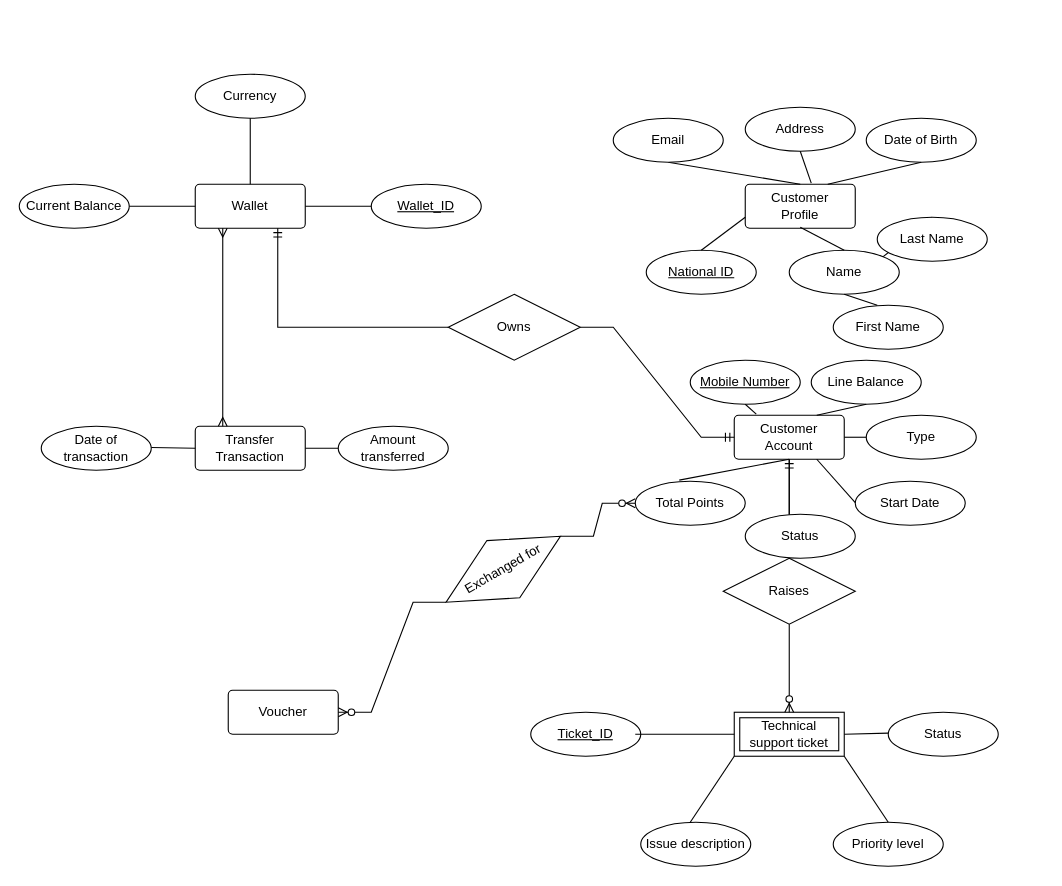
The draw.io diagram Untitled Diagram.drawio in itsfadymate/Customer-Data-Management-System, before the edit. Source tidied: cells renumbered, new cells numbered last; positions are measured from the earlier drawing's top-left corner, leaving out a move shared by most shapes. Both pictures are drawn from the tidied source at 110%, with x=0, y=0 at pixel (19, 74).
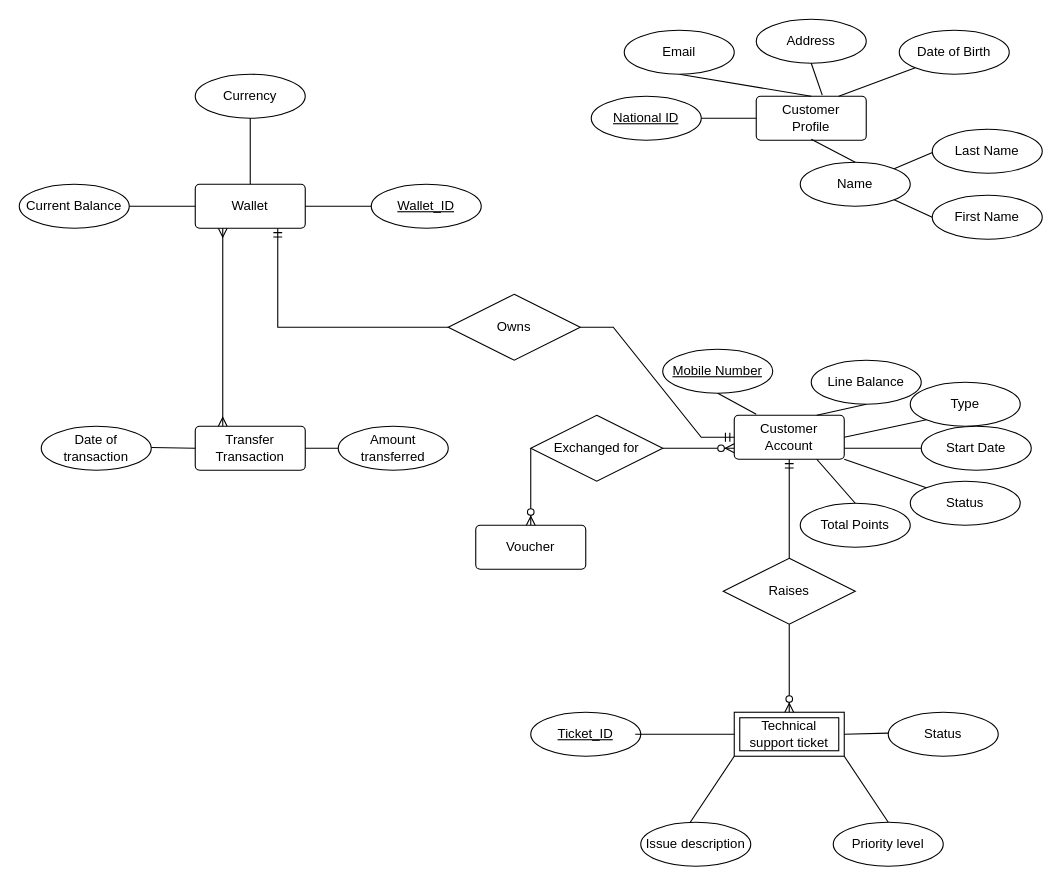
Above is the later version.

The change refers to these unchanged cells:
```xml
<mxCell id="10" value="Customer Account" style="rounded=1;arcSize=10;whiteSpace=wrap;html=1;align=center;" parent="1" vertex="1">
  <mxGeometry x="650" y="310" width="100" height="40" as="geometry" />
</mxCell>
```

What changed in the source:
```diff
@@
     <mxCell id="9" value="Customer&lt;div&gt;Prof&lt;span style=&quot;background-color: initial;&quot;&gt;ile&lt;/span&gt;&lt;/div&gt;" style="rounded=1;arcSize=10;whiteSpace=wrap;html=1;align=center;" parent="1" vertex="1">
-      <mxGeometry x="660" y="100" width="100" height="40" as="geometry" />
+      <mxGeometry x="670" y="20" width="100" height="40" as="geometry" />
     </mxCell>
@@
-    <mxCell id="11" value="National ID" style="ellipse;whiteSpace=wrap;html=1;align=center;" parent="1" vertex="1">
-      <mxGeometry x="570" y="160" width="100" height="40" as="geometry" />
+    <mxCell id="11" value="&lt;u&gt;National ID&lt;/u&gt;" style="ellipse;whiteSpace=wrap;html=1;align=center;" parent="1" vertex="1">
+      <mxGeometry x="520" y="20" width="100" height="40" as="geometry" />
     </mxCell>
@@
     <mxCell id="13" value="Name" style="ellipse;whiteSpace=wrap;html=1;align=center;" parent="1" vertex="1">
-      <mxGeometry x="700" y="160" width="100" height="40" as="geometry" />
+      <mxGeometry x="710" y="80" width="100" height="40" as="geometry" />
     </mxCell>
@@
-    <mxCell id="15" style="line;strokeWidth=1;dashed=0;labelPosition=right;align=left;verticalAlign=middle;spacingTop=0;spacingLeft=6;" parent="1" vertex="1">
-      <mxGeometry x="590" y="180" width="60" height="10" as="geometry" />
-    </mxCell>
@@
-    <mxCell id="19" style="endArrow=none;html=1;rounded=0;exitX=0;exitY=0.75;exitDx=0;exitDy=0;" parent="1" edge="1" source="9">
-      <mxGeometry relative="1" as="geometry">
-        <mxPoint x="620" y="160" as="targetPoint" />
-      </mxGeometry>
+    <mxCell id="19" style="endArrow=none;html=1;rounded=0;exitX=0;exitY=0.5;exitDx=0;exitDy=0;entryX=1;entryY=0.5;entryDx=0;entryDy=0;" parent="1" edge="1" source="9" target="11">
+      <mxGeometry relative="1" as="geometry" />
     </mxCell>
@@
     <mxCell id="21" value="Email" style="ellipse;whiteSpace=wrap;html=1;align=center;" parent="1" vertex="1">
-      <mxGeometry x="540" y="40" width="100" height="40" as="geometry" />
+      <mxGeometry x="550" y="-40" width="100" height="40" as="geometry" />
     </mxCell>
@@
     <mxCell id="25" style="endArrow=none;html=1;rounded=0;entryX=0.5;entryY=0;entryDx=0;entryDy=0;" parent="1" edge="1" target="13">
       <mxGeometry relative="1" as="geometry">
-        <mxPoint x="710" y="139" as="sourcePoint" />
+        <mxPoint x="720" y="59" as="sourcePoint" />
       </mxGeometry>
     </mxCell>
@@
     <mxCell id="27" value="Last Name" style="ellipse;whiteSpace=wrap;html=1;align=center;" parent="1" vertex="1">
-      <mxGeometry x="780" y="130" width="100" height="40" as="geometry" />
+      <mxGeometry x="830" y="50" width="100" height="40" as="geometry" />
     </mxCell>
@@
     <mxCell id="29" value="Address" style="ellipse;whiteSpace=wrap;html=1;align=center;" parent="1" vertex="1">
-      <mxGeometry x="660" y="30" width="100" height="40" as="geometry" />
+      <mxGeometry x="670" y="-50" width="100" height="40" as="geometry" />
     </mxCell>
@@
     <mxCell id="31" value="Date of Birth" style="ellipse;whiteSpace=wrap;html=1;align=center;" parent="1" vertex="1">
-      <mxGeometry x="770" y="40" width="100" height="40" as="geometry" />
+      <mxGeometry x="800" y="-40" width="100" height="40" as="geometry" />
     </mxCell>
@@
     <mxCell id="33" style="endArrow=none;html=1;rounded=0;fontFamily=Helvetica;fontSize=12;fontColor=default;fontStyle=4;exitX=0.5;exitY=1;exitDx=0;exitDy=0;" parent="1" edge="1" source="29">
       <mxGeometry relative="1" as="geometry">
-        <mxPoint x="720" y="99" as="targetPoint" />
+        <mxPoint x="730" y="19" as="targetPoint" />
       </mxGeometry>
     </mxCell>
@@
-    <mxCell id="35" style="endArrow=none;html=1;rounded=0;fontFamily=Helvetica;fontSize=12;fontColor=default;fontStyle=4;entryX=0.5;entryY=1;entryDx=0;entryDy=0;exitX=0.75;exitY=0;exitDx=0;exitDy=0;" parent="1" edge="1" source="9" target="31">
+    <mxCell id="35" style="endArrow=none;html=1;rounded=0;fontFamily=Helvetica;fontSize=12;fontColor=default;fontStyle=4;entryX=0;entryY=1;entryDx=0;entryDy=0;exitX=0.75;exitY=0;exitDx=0;exitDy=0;" parent="1" edge="1" source="9" target="31">
       <mxGeometry relative="1" as="geometry" />
     </mxCell>
@@
     <mxCell id="37" value="First Name" style="ellipse;whiteSpace=wrap;html=1;align=center;" parent="1" vertex="1">
-      <mxGeometry x="740" y="210" width="100" height="40" as="geometry" />
+      <mxGeometry x="830" y="110" width="100" height="40" as="geometry" />
     </mxCell>
@@
-    <mxCell id="39" style="endArrow=none;html=1;rounded=0;fontFamily=Helvetica;fontSize=12;fontColor=default;fontStyle=4;exitX=0.5;exitY=1;exitDx=0;exitDy=0;" parent="1" edge="1" source="13">
-      <mxGeometry relative="1" as="geometry">
-        <mxPoint x="780" y="210" as="targetPoint" />
-      </mxGeometry>
+    <mxCell id="39" style="endArrow=none;html=1;rounded=0;fontFamily=Helvetica;fontSize=12;fontColor=default;fontStyle=4;entryX=0;entryY=0.5;entryDx=0;entryDy=0;exitX=1;exitY=1;exitDx=0;exitDy=0;" parent="1" edge="1" source="13" target="37">
+      <mxGeometry relative="1" as="geometry" />
     </mxCell>
     <mxCell id="40" value="Total Points" style="ellipse;whiteSpace=wrap;html=1;align=center;" parent="1" vertex="1">
-      <mxGeometry x="560" y="370" width="100" height="40" as="geometry" />
+      <mxGeometry x="710" y="390" width="100" height="40" as="geometry" />
     </mxCell>
@@
     <mxCell id="42" value="Type" style="ellipse;whiteSpace=wrap;html=1;align=center;" parent="1" vertex="1">
-      <mxGeometry x="770" y="310" width="100" height="40" as="geometry" />
+      <mxGeometry x="810" y="280" width="100" height="40" as="geometry" />
     </mxCell>
@@
     <mxCell id="46" value="Start Date" style="ellipse;whiteSpace=wrap;html=1;align=center;" parent="1" vertex="1">
-      <mxGeometry x="760" y="370" width="100" height="40" as="geometry" />
+      <mxGeometry x="820" y="320" width="100" height="40" as="geometry" />
     </mxCell>
@@
     <mxCell id="48" value="Status" style="ellipse;whiteSpace=wrap;html=1;align=center;" parent="1" vertex="1">
-      <mxGeometry x="660" y="400" width="100" height="40" as="geometry" />
+      <mxGeometry x="810" y="370" width="100" height="40" as="geometry" />
     </mxCell>
@@
     <mxCell id="50" value="Mobile Number" style="ellipse;whiteSpace=wrap;html=1;align=center;fontStyle=4;strokeColor=default;verticalAlign=middle;fontFamily=Helvetica;fontSize=12;fontColor=default;fillColor=default;" parent="1" vertex="1">
-      <mxGeometry x="610" y="260" width="100" height="40" as="geometry" />
+      <mxGeometry x="585" y="250" width="100" height="40" as="geometry" />
     </mxCell>
@@
-    <mxCell id="56" style="endArrow=none;html=1;rounded=0;fontFamily=Helvetica;fontSize=12;fontColor=default;fontStyle=4;exitX=1;exitY=0.5;exitDx=0;exitDy=0;" parent="1" edge="1" source="10">
-      <mxGeometry relative="1" as="geometry">
-        <mxPoint x="770" y="330" as="targetPoint" />
-      </mxGeometry>
+    <mxCell id="56" style="endArrow=none;html=1;rounded=0;fontFamily=Helvetica;fontSize=12;fontColor=default;fontStyle=4;exitX=1;exitY=0.5;exitDx=0;exitDy=0;entryX=0;entryY=1;entryDx=0;entryDy=0;" parent="1" edge="1" source="10" target="42">
+      <mxGeometry relative="1" as="geometry" />
     </mxCell>
-    <mxCell id="57" style="endArrow=none;html=1;rounded=0;fontFamily=Helvetica;fontSize=12;fontColor=default;fontStyle=4;exitX=0.75;exitY=1;exitDx=0;exitDy=0;" parent="1" edge="1" source="10">
-      <mxGeometry relative="1" as="geometry">
-        <mxPoint x="760" y="389.5" as="targetPoint" />
-      </mxGeometry>
+    <mxCell id="57" style="endArrow=none;html=1;rounded=0;fontFamily=Helvetica;fontSize=12;fontColor=default;fontStyle=4;exitX=1;exitY=0.75;exitDx=0;exitDy=0;entryX=0;entryY=0.5;entryDx=0;entryDy=0;" parent="1" edge="1" source="10" target="46">
+      <mxGeometry relative="1" as="geometry" />
     </mxCell>
-    <mxCell id="58" style="endArrow=none;html=1;rounded=0;fontFamily=Helvetica;fontSize=12;fontColor=default;fontStyle=4;exitX=0.5;exitY=1;exitDx=0;exitDy=0;" parent="1" edge="1" source="10">
-      <mxGeometry relative="1" as="geometry">
-        <mxPoint x="700" y="400" as="targetPoint" />
-      </mxGeometry>
+    <mxCell id="58" style="endArrow=none;html=1;rounded=0;fontFamily=Helvetica;fontSize=12;fontColor=default;fontStyle=4;exitX=1;exitY=1;exitDx=0;exitDy=0;entryX=0;entryY=0;entryDx=0;entryDy=0;" parent="1" edge="1" source="10" target="48">
+      <mxGeometry relative="1" as="geometry" />
     </mxCell>
-    <mxCell id="59" style="endArrow=none;html=1;rounded=0;fontFamily=Helvetica;fontSize=12;fontColor=default;fontStyle=4;entryX=0.5;entryY=1;entryDx=0;entryDy=0;" parent="1" edge="1" target="10">
-      <mxGeometry relative="1" as="geometry">
-        <mxPoint x="600" y="369" as="sourcePoint" />
-      </mxGeometry>
+    <mxCell id="59" style="endArrow=none;html=1;rounded=0;fontFamily=Helvetica;fontSize=12;fontColor=default;fontStyle=4;entryX=0.75;entryY=1;entryDx=0;entryDy=0;exitX=0.5;exitY=0;exitDx=0;exitDy=0;" parent="1" edge="1" source="40" target="10">
+      <mxGeometry relative="1" as="geometry" />
     </mxCell>
-    <mxCell id="60" value="Exchanged for" style="shape=rhombus;perimeter=rhombusPerimeter;whiteSpace=wrap;html=1;align=center;rotation=-30;" parent="1" vertex="1">
-      <mxGeometry x="380" y="420" width="120" height="60" as="geometry" />
+    <mxCell id="60" value="Exchanged for" style="shape=rhombus;perimeter=rhombusPerimeter;whiteSpace=wrap;html=1;align=center;rotation=0;" parent="1" vertex="1">
+      <mxGeometry x="465" y="310" width="120" height="60" as="geometry" />
     </mxCell>
-    <mxCell id="61" style="edgeStyle=entityRelationEdgeStyle;fontSize=12;html=1;endArrow=ERzeroToMany;endFill=1;rounded=0;fontFamily=Helvetica;fontColor=default;fontStyle=4;entryX=0;entryY=0.5;entryDx=0;entryDy=0;exitX=1;exitY=0.5;exitDx=0;exitDy=0;" parent="1" edge="1" source="60" target="40">
+    <mxCell id="61" style="edgeStyle=entityRelationEdgeStyle;fontSize=12;html=1;endArrow=ERzeroToMany;endFill=1;rounded=0;fontFamily=Helvetica;fontColor=default;fontStyle=4;exitX=1;exitY=0.5;exitDx=0;exitDy=0;entryX=0;entryY=0.75;entryDx=0;entryDy=0;" parent="1" edge="1" source="60" target="10">
       <mxGeometry relative="1" as="geometry" />
     </mxCell>
     <mxCell id="62" value="Voucher" style="rounded=1;arcSize=10;whiteSpace=wrap;html=1;align=center;" parent="1" vertex="1">
-      <mxGeometry x="190" y="560" width="100" height="40" as="geometry" />
+      <mxGeometry x="415" y="410" width="100" height="40" as="geometry" />
     </mxCell>
-    <mxCell id="63" style="edgeStyle=entityRelationEdgeStyle;fontSize=12;html=1;endArrow=ERzeroToMany;endFill=1;rounded=0;fontFamily=Helvetica;fontColor=default;fontStyle=4;entryX=1;entryY=0.5;entryDx=0;entryDy=0;exitX=0;exitY=0.5;exitDx=0;exitDy=0;" parent="1" edge="1" source="60" target="62">
+    <mxCell id="63" style="fontSize=12;html=1;endArrow=ERzeroToMany;endFill=1;rounded=0;fontFamily=Helvetica;fontColor=default;fontStyle=4;entryX=0.5;entryY=0;entryDx=0;entryDy=0;exitX=0;exitY=0.5;exitDx=0;exitDy=0;" parent="1" edge="1" source="60" target="62">
       <mxGeometry relative="1" as="geometry" />
     </mxCell>
```
